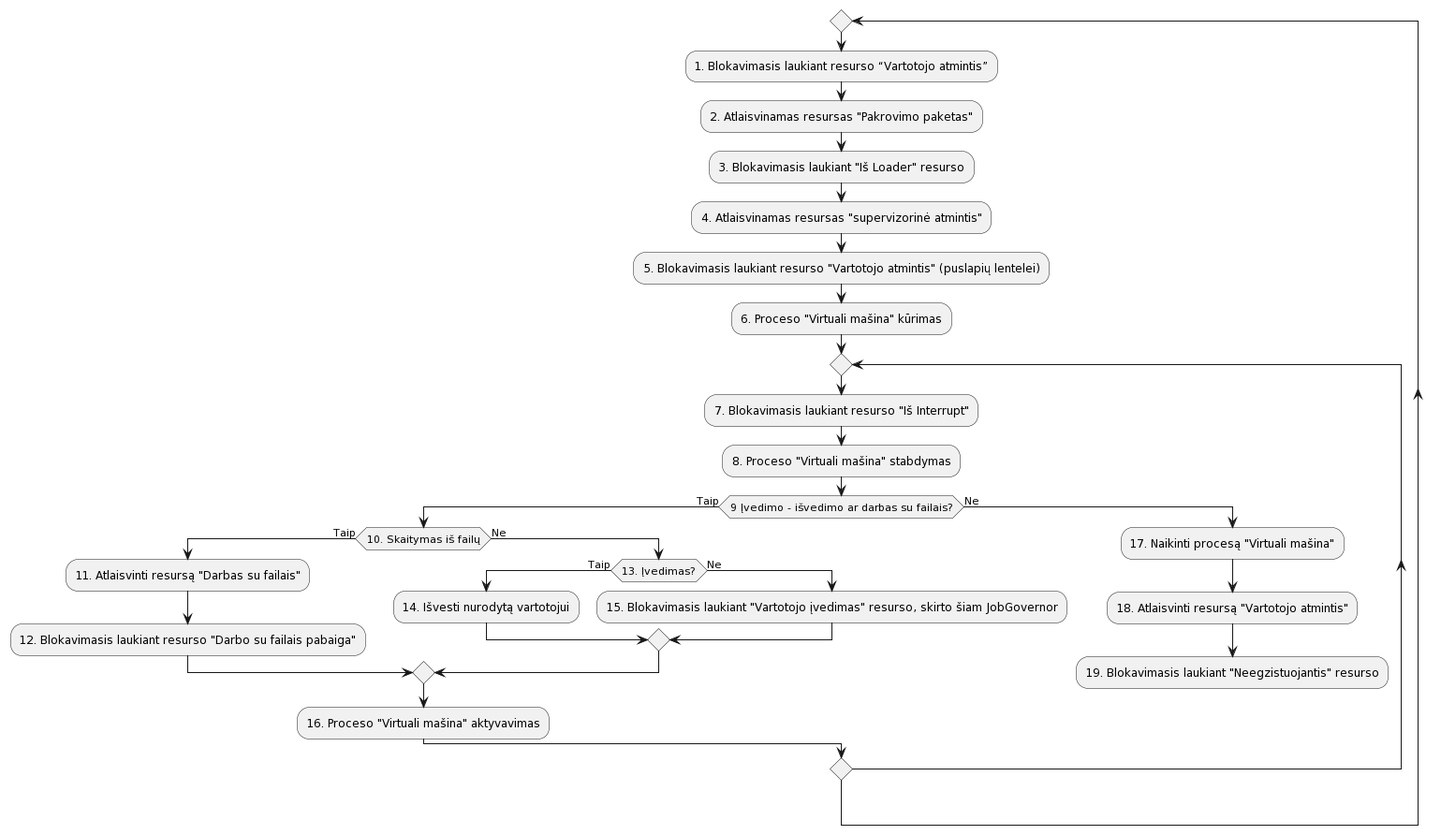
Mdominykas/OS keeps this PlantUML diagram as aprasymas2/img/JobGovernor.png. Above is the earlier version.
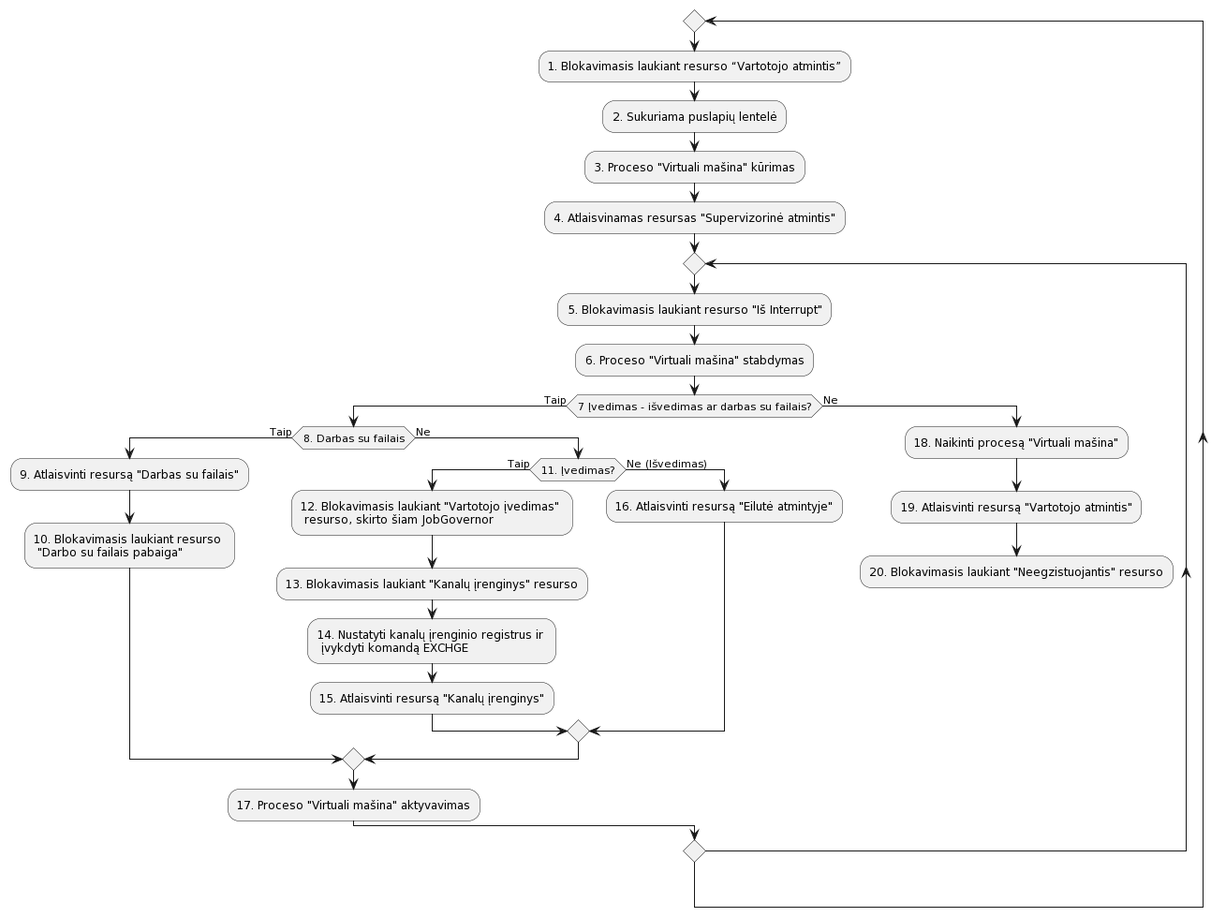
The same file after the commit.

Commit message:
updated-JobGovernor-diagram

The edit, as a diff of the source:
```diff
@@ -1,30 +1,31 @@
 @startuml
 repeat
   :1. Blokavimasis laukiant resurso “Vartotojo atmintis”;
-  :2. Atlaisvinamas resursas "Pakrovimo paketas";
-  :3. Blokavimasis laukiant "Iš Loader" resurso;
-  :4. Atlaisvinamas resursas "supervizorinė atmintis";
-  :5. Blokavimasis laukiant resurso "Vartotojo atmintis" (puslapių lentelei);
-  :6. Proceso "Virtuali mašina" kūrimas;
+  :2. Sukuriama puslapių lentelė;
+  :3. Proceso "Virtuali mašina" kūrimas;
+  :4. Atlaisvinamas resursas "Supervizorinė atmintis";
   repeat
-    :7. Blokavimasis laukiant resurso "Iš Interrupt";
-    :8. Proceso "Virtuali mašina" stabdymas;
-    if (9 Įvedimo - išvedimo ar darbas su failais?) is (Taip) then
-      if (10. Skaitymas iš failų) is (Taip) then
-         :11. Atlaisvinti resursą "Darbas su failais";
-         :12. Blokavimasis laukiant resurso "Darbo su failais pabaiga";
+    :5. Blokavimasis laukiant resurso "Iš Interrupt";
+    :6. Proceso "Virtuali mašina" stabdymas;
+    if (7 Įvedimas - išvedimas ar darbas su failais?) is (Taip) then
+      if (8. Darbas su failais) is (Taip) then
+         :9. Atlaisvinti resursą "Darbas su failais";
+         :10. Blokavimasis laukiant resurso \n "Darbo su failais pabaiga";
       else (Ne)
-        if (13. Įvedimas?) is (Taip) then
-          :14. Išvesti nurodytą vartotojui;
-        else (Ne)
-          :15. Blokavimasis laukiant "Vartotojo įvedimas" resurso, skirto šiam JobGovernor;
+        if (11. Įvedimas?) is (Taip) then
+          :12. Blokavimasis laukiant "Vartotojo įvedimas" \n resurso, skirto šiam JobGovernor;
+          :13. Blokavimasis laukiant "Kanalų įrenginys" resurso;
+          :14. Nustatyti kanalų įrenginio registrus ir \n įvykdyti komandą EXCHGE;
+          :15. Atlaisvinti resursą "Kanalų įrenginys";
+        else (Ne (Išvedimas))
+          :16. Atlaisvinti resursą "Eilutė atmintyje";
         endif
       endif
-      :16. Proceso "Virtuali mašina" aktyvavimas;
+      :17. Proceso "Virtuali mašina" aktyvavimas;
     else (Ne)
-      :17. Naikinti procesą "Virtuali mašina";
-      :18. Atlaisvinti resursą "Vartotojo atmintis";
-      :19. Blokavimasis laukiant "Neegzistuojantis" resurso;
+      :18. Naikinti procesą "Virtuali mašina";
+      :19. Atlaisvinti resursą "Vartotojo atmintis";
+      :20. Blokavimasis laukiant "Neegzistuojantis" resurso;
       kill
     endif
 @enduml
```
